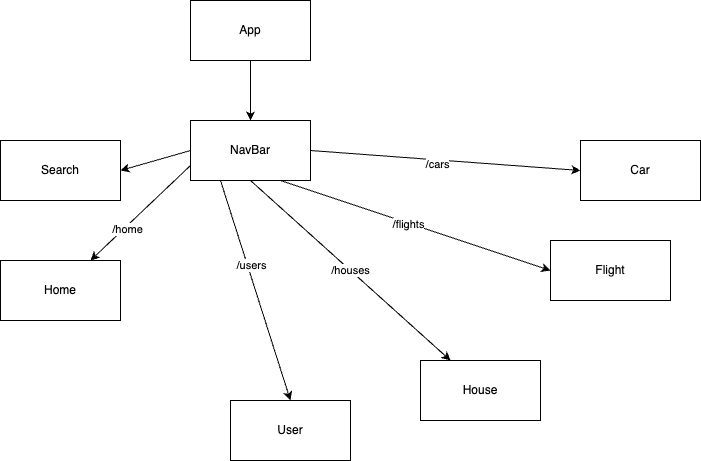
oki99doki/CO2day keeps this draw.io diagram as assets/reactTree.png. Above is the earlier version. Source tidied: cells renumbered, new cells last; positions are measured from the earlier drawing's top-left corner, leaving out a move shared by most shapes. Its diagram source:
```xml
<mxGraphModel>
  <root>
    <mxCell id="0" />
    <mxCell id="1" parent="0" />
    <mxCell id="2" style="edgeStyle=none;html=1;exitX=0.5;exitY=1;exitDx=0;exitDy=0;entryX=0.5;entryY=0;entryDx=0;entryDy=0;" parent="1" edge="1" source="3" target="14">
      <mxGeometry relative="1" as="geometry" />
    </mxCell>
    <mxCell id="3" value="App" style="rounded=0;whiteSpace=wrap;html=1;" parent="1" vertex="1">
      <mxGeometry x="190" width="120" height="60" as="geometry" />
    </mxCell>
    <mxCell id="4" style="edgeStyle=none;html=1;exitX=0;exitY=0.5;exitDx=0;exitDy=0;entryX=1;entryY=0.5;entryDx=0;entryDy=0;" parent="1" edge="1" source="14" target="15">
      <mxGeometry relative="1" as="geometry" />
    </mxCell>
    <mxCell id="5" style="edgeStyle=none;html=1;exitX=0;exitY=0.75;exitDx=0;exitDy=0;entryX=0.75;entryY=0;entryDx=0;entryDy=0;" parent="1" edge="1" source="14" target="16">
      <mxGeometry relative="1" as="geometry" />
    </mxCell>
    <mxCell id="6" value="/home" style="edgeLabel;html=1;align=center;verticalAlign=middle;" parent="5" vertex="1">
      <mxGeometry x="0.3" y="2" relative="1" as="geometry" />
    </mxCell>
    <mxCell id="7" style="edgeStyle=none;html=1;exitX=0.25;exitY=1;exitDx=0;exitDy=0;entryX=0.5;entryY=0;entryDx=0;entryDy=0;" parent="1" edge="1" source="14" target="17">
      <mxGeometry relative="1" as="geometry" />
    </mxCell>
    <mxCell id="8" value="/users" style="edgeLabel;html=1;align=center;verticalAlign=middle;" parent="7" vertex="1">
      <mxGeometry x="-0.22" y="3" relative="1" as="geometry" />
    </mxCell>
    <mxCell id="9" style="edgeStyle=none;html=1;exitX=0.75;exitY=1;exitDx=0;exitDy=0;entryX=0;entryY=0.5;entryDx=0;entryDy=0;" parent="1" edge="1" source="14" target="19">
      <mxGeometry relative="1" as="geometry" />
    </mxCell>
    <mxCell id="10" value="/flights" style="edgeLabel;html=1;align=center;verticalAlign=middle;" parent="9" vertex="1">
      <mxGeometry x="-0.05" y="-1" relative="1" as="geometry" />
    </mxCell>
    <mxCell id="11" style="edgeStyle=none;html=1;exitX=1;exitY=0.5;exitDx=0;exitDy=0;entryX=0;entryY=0.5;entryDx=0;entryDy=0;" parent="1" edge="1" source="14" target="20">
      <mxGeometry relative="1" as="geometry" />
    </mxCell>
    <mxCell id="12" value="/cars" style="edgeLabel;html=1;align=center;verticalAlign=middle;" parent="11" vertex="1">
      <mxGeometry x="-0.06" y="-4" relative="1" as="geometry" />
    </mxCell>
    <mxCell id="13" value="/houses" style="edgeStyle=none;html=1;exitX=0.5;exitY=1;exitDx=0;exitDy=0;entryX=0.25;entryY=0;entryDx=0;entryDy=0;" parent="1" edge="1" source="14" target="18">
      <mxGeometry relative="1" as="geometry" />
    </mxCell>
    <mxCell id="14" value="NavBar" style="whiteSpace=wrap;html=1;" parent="1" vertex="1">
      <mxGeometry x="190" y="120" width="120" height="60" as="geometry" />
    </mxCell>
    <mxCell id="15" value="Search" style="whiteSpace=wrap;html=1;" parent="1" vertex="1">
      <mxGeometry y="140" width="120" height="60" as="geometry" />
    </mxCell>
    <mxCell id="16" value="Home" style="whiteSpace=wrap;html=1;" parent="1" vertex="1">
      <mxGeometry y="260" width="120" height="60" as="geometry" />
    </mxCell>
    <mxCell id="17" value="User" style="whiteSpace=wrap;html=1;" parent="1" vertex="1">
      <mxGeometry x="230" y="400" width="120" height="60" as="geometry" />
    </mxCell>
    <mxCell id="18" value="House" style="whiteSpace=wrap;html=1;" parent="1" vertex="1">
      <mxGeometry x="420" y="360" width="120" height="60" as="geometry" />
    </mxCell>
    <mxCell id="19" value="Flight" style="whiteSpace=wrap;html=1;" parent="1" vertex="1">
      <mxGeometry x="550" y="240" width="120" height="60" as="geometry" />
    </mxCell>
    <mxCell id="20" value="Car" style="whiteSpace=wrap;html=1;" parent="1" vertex="1">
      <mxGeometry x="580" y="140" width="120" height="60" as="geometry" />
    </mxCell>
  </root>
</mxGraphModel>
```
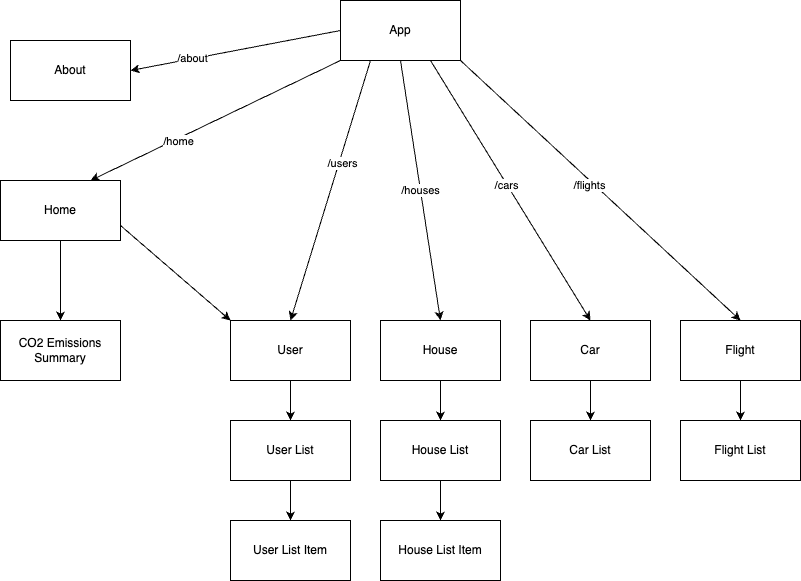
After the commit.

What changed in the source:
```diff
@@ -2,62 +2,104 @@
   <root>
     <mxCell id="0" />
     <mxCell id="1" parent="0" />
-    <mxCell id="2" style="edgeStyle=none;html=1;exitX=0.5;exitY=1;exitDx=0;exitDy=0;entryX=0.5;entryY=0;entryDx=0;entryDy=0;" parent="1" edge="1" source="3" target="14">
-      <mxGeometry relative="1" as="geometry" />
-    </mxCell>
+    <mxCell id="21" style="edgeStyle=none;html=1;exitX=0;exitY=0.5;exitDx=0;exitDy=0;entryX=1;entryY=0.5;entryDx=0;entryDy=0;" parent="1" edge="1" source="3" target="37">
+      <mxGeometry relative="1" as="geometry" />
+    </mxCell>
+    <mxCell id="22" value="/about" style="edgeLabel;html=1;align=center;verticalAlign=middle;" parent="21" vertex="1">
+      <mxGeometry x="0.42" y="-1" relative="1" as="geometry" />
+    </mxCell>
     <mxCell id="3" value="App" style="rounded=0;whiteSpace=wrap;html=1;" parent="1" vertex="1">
-      <mxGeometry x="190" width="120" height="60" as="geometry" />
+      <mxGeometry x="320" y="20" width="120" height="60" as="geometry" />
     </mxCell>
-    <mxCell id="4" style="edgeStyle=none;html=1;exitX=0;exitY=0.5;exitDx=0;exitDy=0;entryX=1;entryY=0.5;entryDx=0;entryDy=0;" parent="1" edge="1" source="14" target="15">
-      <mxGeometry relative="1" as="geometry" />
-    </mxCell>
-    <mxCell id="5" style="edgeStyle=none;html=1;exitX=0;exitY=0.75;exitDx=0;exitDy=0;entryX=0.75;entryY=0;entryDx=0;entryDy=0;" parent="1" edge="1" source="14" target="16">
+    <mxCell id="5" style="edgeStyle=none;html=1;exitX=0;exitY=1;exitDx=0;exitDy=0;entryX=0.75;entryY=0;entryDx=0;entryDy=0;" parent="1" edge="1" source="3" target="16">
       <mxGeometry relative="1" as="geometry" />
     </mxCell>
     <mxCell id="6" value="/home" style="edgeLabel;html=1;align=center;verticalAlign=middle;" parent="5" vertex="1">
       <mxGeometry x="0.3" y="2" relative="1" as="geometry" />
     </mxCell>
-    <mxCell id="7" style="edgeStyle=none;html=1;exitX=0.25;exitY=1;exitDx=0;exitDy=0;entryX=0.5;entryY=0;entryDx=0;entryDy=0;" parent="1" edge="1" source="14" target="17">
+    <mxCell id="7" style="edgeStyle=none;html=1;exitX=0.25;exitY=1;exitDx=0;exitDy=0;entryX=0.5;entryY=0;entryDx=0;entryDy=0;" parent="1" edge="1" source="3" target="17">
       <mxGeometry relative="1" as="geometry" />
     </mxCell>
     <mxCell id="8" value="/users" style="edgeLabel;html=1;align=center;verticalAlign=middle;" parent="7" vertex="1">
       <mxGeometry x="-0.22" y="3" relative="1" as="geometry" />
     </mxCell>
-    <mxCell id="9" style="edgeStyle=none;html=1;exitX=0.75;exitY=1;exitDx=0;exitDy=0;entryX=0;entryY=0.5;entryDx=0;entryDy=0;" parent="1" edge="1" source="14" target="19">
+    <mxCell id="9" style="edgeStyle=none;html=1;exitX=0.75;exitY=1;exitDx=0;exitDy=0;entryX=0.5;entryY=0;entryDx=0;entryDy=0;" parent="1" edge="1" source="3" target="19">
       <mxGeometry relative="1" as="geometry" />
     </mxCell>
-    <mxCell id="10" value="/flights" style="edgeLabel;html=1;align=center;verticalAlign=middle;" parent="9" vertex="1">
+    <mxCell id="10" value="/cars" style="edgeLabel;html=1;align=center;verticalAlign=middle;" parent="9" vertex="1">
       <mxGeometry x="-0.05" y="-1" relative="1" as="geometry" />
     </mxCell>
-    <mxCell id="11" style="edgeStyle=none;html=1;exitX=1;exitY=0.5;exitDx=0;exitDy=0;entryX=0;entryY=0.5;entryDx=0;entryDy=0;" parent="1" edge="1" source="14" target="20">
+    <mxCell id="11" style="edgeStyle=none;html=1;exitX=1;exitY=1;exitDx=0;exitDy=0;entryX=0.5;entryY=0;entryDx=0;entryDy=0;" parent="1" edge="1" source="3" target="20">
       <mxGeometry relative="1" as="geometry" />
     </mxCell>
-    <mxCell id="12" value="/cars" style="edgeLabel;html=1;align=center;verticalAlign=middle;" parent="11" vertex="1">
+    <mxCell id="12" value="/flights" style="edgeLabel;html=1;align=center;verticalAlign=middle;" parent="11" vertex="1">
       <mxGeometry x="-0.06" y="-4" relative="1" as="geometry" />
     </mxCell>
-    <mxCell id="13" value="/houses" style="edgeStyle=none;html=1;exitX=0.5;exitY=1;exitDx=0;exitDy=0;entryX=0.25;entryY=0;entryDx=0;entryDy=0;" parent="1" edge="1" source="14" target="18">
+    <mxCell id="13" value="/houses" style="edgeStyle=none;html=1;exitX=0.5;exitY=1;exitDx=0;exitDy=0;entryX=0.5;entryY=0;entryDx=0;entryDy=0;" parent="1" edge="1" source="3" target="18">
       <mxGeometry relative="1" as="geometry" />
     </mxCell>
-    <mxCell id="14" value="NavBar" style="whiteSpace=wrap;html=1;" parent="1" vertex="1">
-      <mxGeometry x="190" y="120" width="120" height="60" as="geometry" />
-    </mxCell>
-    <mxCell id="15" value="Search" style="whiteSpace=wrap;html=1;" parent="1" vertex="1">
-      <mxGeometry y="140" width="120" height="60" as="geometry" />
-    </mxCell>
+    <mxCell id="23" style="edgeStyle=none;html=1;exitX=1;exitY=0.75;exitDx=0;exitDy=0;entryX=0;entryY=0;entryDx=0;entryDy=0;" parent="1" edge="1" source="16" target="17">
+      <mxGeometry relative="1" as="geometry" />
+    </mxCell>
+    <mxCell id="24" style="edgeStyle=none;html=1;" parent="1" edge="1" source="16" target="32">
+      <mxGeometry relative="1" as="geometry" />
+    </mxCell>
     <mxCell id="16" value="Home" style="whiteSpace=wrap;html=1;" parent="1" vertex="1">
-      <mxGeometry y="260" width="120" height="60" as="geometry" />
+      <mxGeometry x="-20" y="200" width="120" height="60" as="geometry" />
     </mxCell>
+    <mxCell id="25" style="edgeStyle=none;html=1;" parent="1" edge="1" source="17" target="30">
+      <mxGeometry relative="1" as="geometry" />
+    </mxCell>
     <mxCell id="17" value="User" style="whiteSpace=wrap;html=1;" parent="1" vertex="1">
-      <mxGeometry x="230" y="400" width="120" height="60" as="geometry" />
+      <mxGeometry x="210" y="340" width="120" height="60" as="geometry" />
     </mxCell>
+    <mxCell id="26" style="edgeStyle=none;html=1;" parent="1" edge="1" source="18" target="34">
+      <mxGeometry relative="1" as="geometry" />
+    </mxCell>
     <mxCell id="18" value="House" style="whiteSpace=wrap;html=1;" parent="1" vertex="1">
-      <mxGeometry x="420" y="360" width="120" height="60" as="geometry" />
+      <mxGeometry x="360" y="340" width="120" height="60" as="geometry" />
     </mxCell>
+    <mxCell id="27" style="edgeStyle=none;html=1;" parent="1" edge="1" source="19" target="35">
+      <mxGeometry relative="1" as="geometry" />
+    </mxCell>
-    <mxCell id="19" value="Flight" style="whiteSpace=wrap;html=1;" parent="1" vertex="1">
-      <mxGeometry x="550" y="240" width="120" height="60" as="geometry" />
+    <mxCell id="19" value="Car" style="whiteSpace=wrap;html=1;" parent="1" vertex="1">
+      <mxGeometry x="510" y="340" width="120" height="60" as="geometry" />
     </mxCell>
+    <mxCell id="28" style="edgeStyle=none;html=1;" parent="1" edge="1" source="20" target="36">
+      <mxGeometry relative="1" as="geometry" />
+    </mxCell>
-    <mxCell id="20" value="Car" style="whiteSpace=wrap;html=1;" parent="1" vertex="1">
-      <mxGeometry x="580" y="140" width="120" height="60" as="geometry" />
+    <mxCell id="20" value="Flight" style="whiteSpace=wrap;html=1;" parent="1" vertex="1">
+      <mxGeometry x="660" y="340" width="120" height="60" as="geometry" />
     </mxCell>
+    <mxCell id="29" style="edgeStyle=none;html=1;exitX=0.5;exitY=1;exitDx=0;exitDy=0;entryX=0.5;entryY=0;entryDx=0;entryDy=0;" parent="1" edge="1" source="30" target="31">
+      <mxGeometry relative="1" as="geometry" />
+    </mxCell>
+    <mxCell id="30" value="User List" style="whiteSpace=wrap;html=1;" parent="1" vertex="1">
+      <mxGeometry x="210" y="440" width="120" height="60" as="geometry" />
+    </mxCell>
+    <mxCell id="31" value="User List Item" style="whiteSpace=wrap;html=1;" parent="1" vertex="1">
+      <mxGeometry x="210" y="540" width="120" height="60" as="geometry" />
+    </mxCell>
+    <mxCell id="32" value="CO2 Emissions Summary" style="whiteSpace=wrap;html=1;" parent="1" vertex="1">
+      <mxGeometry x="-20" y="340" width="120" height="60" as="geometry" />
+    </mxCell>
+    <mxCell id="33" style="edgeStyle=none;html=1;" parent="1" edge="1" source="34" target="38">
+      <mxGeometry relative="1" as="geometry" />
+    </mxCell>
+    <mxCell id="34" value="House List" style="whiteSpace=wrap;html=1;" parent="1" vertex="1">
+      <mxGeometry x="360" y="440" width="120" height="60" as="geometry" />
+    </mxCell>
+    <mxCell id="35" value="Car List" style="whiteSpace=wrap;html=1;" parent="1" vertex="1">
+      <mxGeometry x="510" y="440" width="120" height="60" as="geometry" />
+    </mxCell>
+    <mxCell id="36" value="Flight List" style="whiteSpace=wrap;html=1;" parent="1" vertex="1">
+      <mxGeometry x="660" y="440" width="120" height="60" as="geometry" />
+    </mxCell>
+    <mxCell id="37" value="About" style="whiteSpace=wrap;html=1;" parent="1" vertex="1">
+      <mxGeometry x="-10" y="60" width="120" height="60" as="geometry" />
+    </mxCell>
+    <mxCell id="38" value="House List Item" style="whiteSpace=wrap;html=1;" parent="1" vertex="1">
+      <mxGeometry x="360" y="540" width="120" height="60" as="geometry" />
+    </mxCell>
   </root>
 </mxGraphModel>
```
